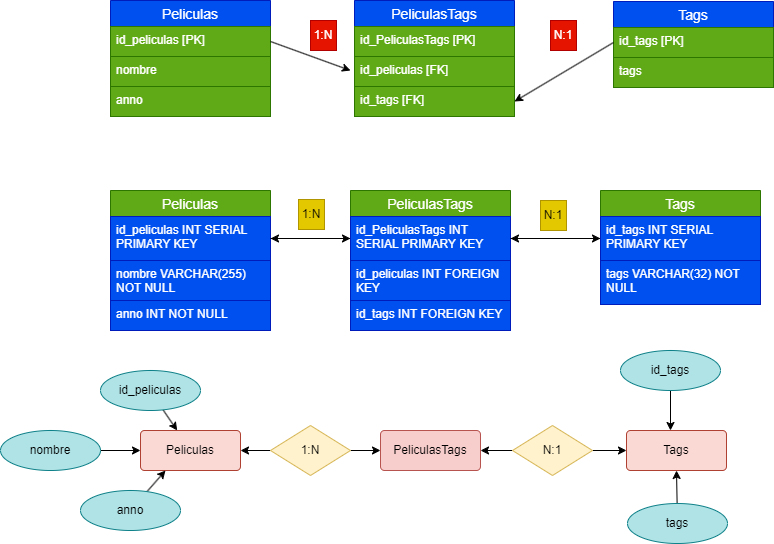
Before: Milton_Hernandez/Dia_13 Prueba_M3/Modelo PruebaM3.png, a diagram exported from draw.io (G7-Full-Stack-Java-Trainee-0057/M3-Bases_de_Datos). Source tidied: cells renumbered, new cells last; positions are measured from the earlier drawing's top-left corner, leaving out a move shared by most shapes.
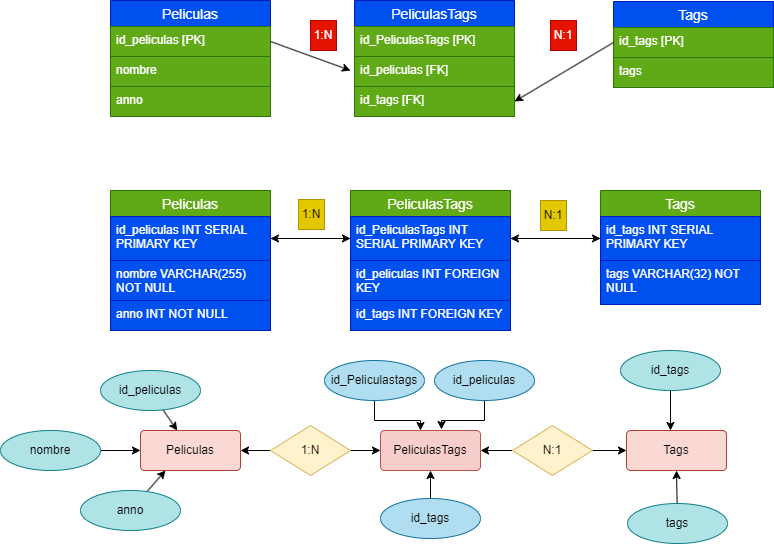
After the commit.

Commit message:
Prueba final modulo 3 Dias 13/14

The edit, as a diff of the source:
```diff
@@ -159,5 +159,25 @@
     <mxCell id="52" value="N:1" style="shape=rhombus;perimeter=rhombusPerimeter;whiteSpace=wrap;html=1;align=center;fillColor=#fff2cc;strokeColor=#d6b656;" parent="1" vertex="1">
       <mxGeometry x="512" y="425" width="80" height="50" as="geometry" />
     </mxCell>
+    <mxCell id="53" style="edgeStyle=orthogonalEdgeStyle;rounded=0;jettySize=auto;html=1;entryX=0.4;entryY=0;entryDx=0;entryDy=0;entryPerimeter=0;" parent="1" edge="1" source="54" target="46">
+      <mxGeometry relative="1" as="geometry" />
+    </mxCell>
+    <mxCell id="54" value="id_Peliculastags" style="ellipse;whiteSpace=wrap;html=1;align=center;fillColor=#b1ddf0;strokeColor=#10739e;" parent="1" vertex="1">
+      <mxGeometry x="324" y="360" width="100" height="40" as="geometry" />
+    </mxCell>
+    <mxCell id="55" style="edgeStyle=orthogonalEdgeStyle;rounded=0;jettySize=auto;html=1;entryX=0.61;entryY=-0.025;entryDx=0;entryDy=0;entryPerimeter=0;" parent="1" edge="1" source="56" target="46">
+      <mxGeometry relative="1" as="geometry" />
+    </mxCell>
+    <mxCell id="56" value="id_peliculas" style="ellipse;whiteSpace=wrap;html=1;align=center;fillColor=#b1ddf0;strokeColor=#10739e;" parent="1" vertex="1">
+      <mxGeometry x="434" y="360" width="100" height="40" as="geometry" />
+    </mxCell>
+    <mxCell id="57" style="edgeStyle=orthogonalEdgeStyle;rounded=0;jettySize=auto;html=1;" parent="1" edge="1" source="58">
+      <mxGeometry relative="1" as="geometry">
+        <mxPoint x="430" y="470" as="targetPoint" />
+      </mxGeometry>
+    </mxCell>
+    <mxCell id="58" value="id_tags" style="ellipse;whiteSpace=wrap;html=1;align=center;fillColor=#b1ddf0;strokeColor=#10739e;" parent="1" vertex="1">
+      <mxGeometry x="380" y="498" width="100" height="40" as="geometry" />
+    </mxCell>
   </root>
 </mxGraphModel>
```
